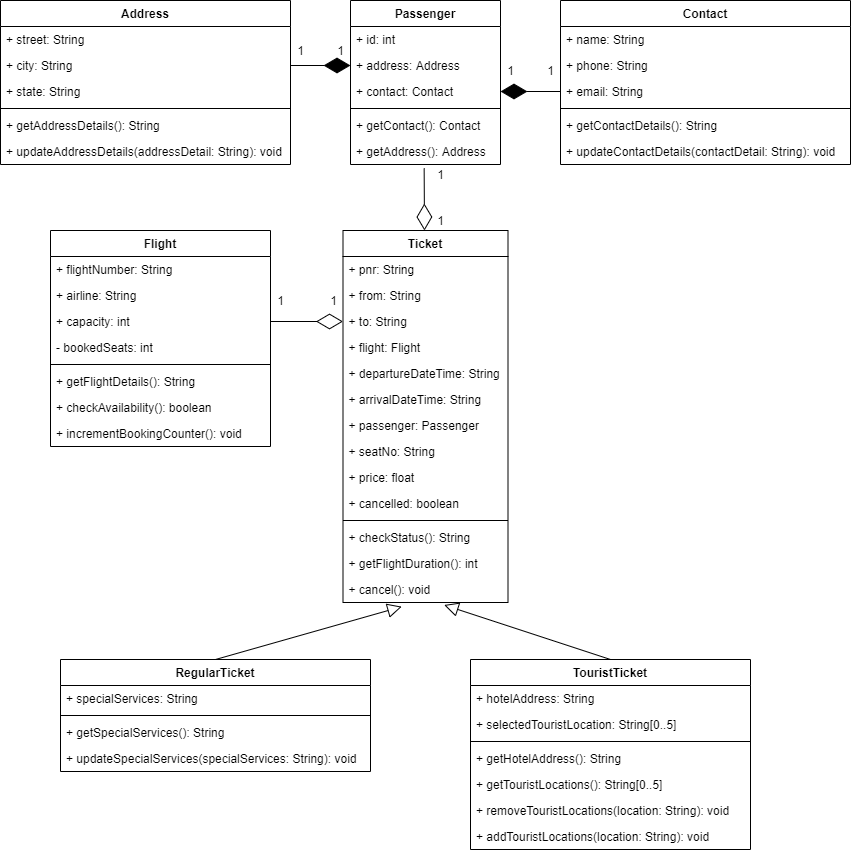
sharmakapil458/Frs keeps this draw.io diagram as kapilsharma.png. Above is the earlier version. Source tidied: cells renumbered, new cells last; positions are measured from the earlier drawing's top-left corner, leaving out a move shared by most shapes.
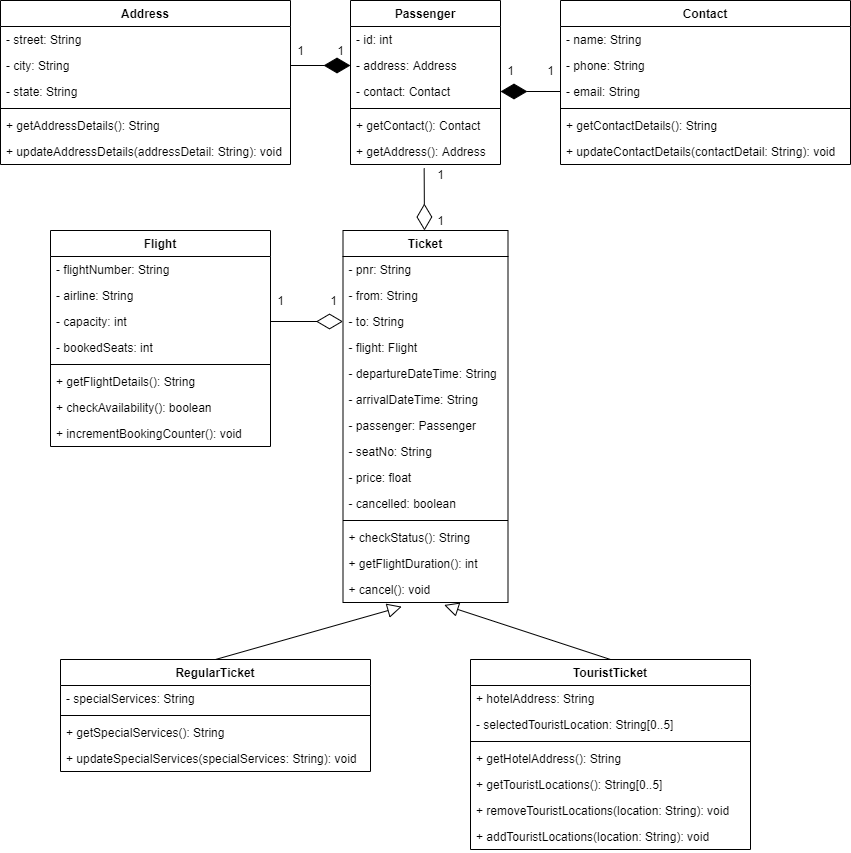
The same diagram one commit later.

Commit message:
checkpoint 1 completed

Change to the diagram source:
```diff
@@ -49,13 +49,13 @@
     <mxCell id="16" value="Passenger" style="swimlane;fontStyle=1;align=center;verticalAlign=top;horizontal=1;startSize=26;" parent="1" vertex="1">
       <mxGeometry x="350" width="150" height="164" as="geometry" />
     </mxCell>
-    <mxCell id="17" value="+ id: int" style="text;strokeColor=none;fillColor=none;align=left;verticalAlign=top;spacingLeft=4;spacingRight=4;overflow=hidden;" parent="16" vertex="1">
+    <mxCell id="17" value="- id: int" style="text;strokeColor=none;fillColor=none;align=left;verticalAlign=top;spacingLeft=4;spacingRight=4;overflow=hidden;" parent="16" vertex="1">
       <mxGeometry y="26" width="150" height="26" as="geometry" />
     </mxCell>
-    <mxCell id="18" value="+ address: Address" style="text;strokeColor=none;fillColor=none;align=left;verticalAlign=top;spacingLeft=4;spacingRight=4;overflow=hidden;points=[[0,0.5],[1,0.5]];portConstraint=eastwest;" parent="16" vertex="1">
+    <mxCell id="18" value="- address: Address" style="text;strokeColor=none;fillColor=none;align=left;verticalAlign=top;spacingLeft=4;spacingRight=4;overflow=hidden;points=[[0,0.5],[1,0.5]];portConstraint=eastwest;" parent="16" vertex="1">
       <mxGeometry y="52" width="150" height="26" as="geometry" />
     </mxCell>
-    <mxCell id="19" value="+ contact: Contact" style="text;strokeColor=none;fillColor=none;align=left;verticalAlign=top;spacingLeft=4;spacingRight=4;overflow=hidden;points=[[0,0.5],[1,0.5]];portConstraint=eastwest;" parent="16" vertex="1">
+    <mxCell id="19" value="- contact: Contact" style="text;strokeColor=none;fillColor=none;align=left;verticalAlign=top;spacingLeft=4;spacingRight=4;overflow=hidden;points=[[0,0.5],[1,0.5]];portConstraint=eastwest;" parent="16" vertex="1">
       <mxGeometry y="78" width="150" height="26" as="geometry" />
     </mxCell>
     <mxCell id="20" style="line;strokeWidth=1;fillColor=none;align=left;verticalAlign=middle;spacingTop=-1;spacingLeft=3;spacingRight=3;labelPosition=right;" parent="16" vertex="1">
@@ -70,13 +70,13 @@
     <mxCell id="23" value="Contact" style="swimlane;fontStyle=1;align=center;verticalAlign=top;horizontal=1;startSize=26;" parent="1" vertex="1">
       <mxGeometry x="560" width="290" height="164" as="geometry" />
     </mxCell>
-    <mxCell id="24" value="+ name: String" style="text;strokeColor=none;fillColor=none;align=left;verticalAlign=top;spacingLeft=4;spacingRight=4;overflow=hidden;" parent="23" vertex="1">
+    <mxCell id="24" value="- name: String" style="text;strokeColor=none;fillColor=none;align=left;verticalAlign=top;spacingLeft=4;spacingRight=4;overflow=hidden;" parent="23" vertex="1">
       <mxGeometry y="26" width="290" height="26" as="geometry" />
     </mxCell>
-    <mxCell id="25" value="+ phone: String" style="text;strokeColor=none;fillColor=none;align=left;verticalAlign=top;spacingLeft=4;spacingRight=4;overflow=hidden;" parent="23" vertex="1">
+    <mxCell id="25" value="- phone: String" style="text;strokeColor=none;fillColor=none;align=left;verticalAlign=top;spacingLeft=4;spacingRight=4;overflow=hidden;" parent="23" vertex="1">
       <mxGeometry y="52" width="290" height="26" as="geometry" />
     </mxCell>
-    <mxCell id="26" value="+ email: String" style="text;strokeColor=none;fillColor=none;align=left;verticalAlign=top;spacingLeft=4;spacingRight=4;overflow=hidden;points=[[0,0.5],[1,0.5]];portConstraint=eastwest;" parent="23" vertex="1">
+    <mxCell id="26" value="- email: String" style="text;strokeColor=none;fillColor=none;align=left;verticalAlign=top;spacingLeft=4;spacingRight=4;overflow=hidden;points=[[0,0.5],[1,0.5]];portConstraint=eastwest;" parent="23" vertex="1">
       <mxGeometry y="78" width="290" height="26" as="geometry" />
     </mxCell>
     <mxCell id="27" style="line;strokeWidth=1;fillColor=none;align=left;verticalAlign=middle;spacingTop=-1;spacingLeft=3;spacingRight=3;labelPosition=right;" parent="23" vertex="1">
@@ -91,13 +91,13 @@
     <mxCell id="30" value="Address" style="swimlane;fontStyle=1;align=center;verticalAlign=top;horizontal=1;startSize=26;" parent="1" vertex="1">
       <mxGeometry width="290" height="164" as="geometry" />
     </mxCell>
-    <mxCell id="31" value="+ street: String" style="text;strokeColor=none;fillColor=none;align=left;verticalAlign=top;spacingLeft=4;spacingRight=4;overflow=hidden;" parent="30" vertex="1">
+    <mxCell id="31" value="- street: String" style="text;strokeColor=none;fillColor=none;align=left;verticalAlign=top;spacingLeft=4;spacingRight=4;overflow=hidden;" parent="30" vertex="1">
       <mxGeometry y="26" width="290" height="26" as="geometry" />
     </mxCell>
-    <mxCell id="32" value="+ city: String" style="text;strokeColor=none;fillColor=none;align=left;verticalAlign=top;spacingLeft=4;spacingRight=4;overflow=hidden;points=[[0,0.5],[1,0.5]];portConstraint=eastwest;" parent="30" vertex="1">
+    <mxCell id="32" value="- city: String" style="text;strokeColor=none;fillColor=none;align=left;verticalAlign=top;spacingLeft=4;spacingRight=4;overflow=hidden;points=[[0,0.5],[1,0.5]];portConstraint=eastwest;" parent="30" vertex="1">
       <mxGeometry y="52" width="290" height="26" as="geometry" />
     </mxCell>
-    <mxCell id="33" value="+ state: String" style="text;strokeColor=none;fillColor=none;align=left;verticalAlign=top;spacingLeft=4;spacingRight=4;overflow=hidden;" parent="30" vertex="1">
+    <mxCell id="33" value="- state: String" style="text;strokeColor=none;fillColor=none;align=left;verticalAlign=top;spacingLeft=4;spacingRight=4;overflow=hidden;" parent="30" vertex="1">
       <mxGeometry y="78" width="290" height="26" as="geometry" />
     </mxCell>
     <mxCell id="34" style="line;strokeWidth=1;fillColor=none;align=left;verticalAlign=middle;spacingTop=-1;spacingLeft=3;spacingRight=3;labelPosition=right;" parent="30" vertex="1">
@@ -112,13 +112,13 @@
     <mxCell id="37" value="Flight" style="swimlane;fontStyle=1;align=center;verticalAlign=top;horizontal=1;startSize=26;" parent="1" vertex="1">
       <mxGeometry x="50" y="230" width="220" height="216" as="geometry" />
     </mxCell>
-    <mxCell id="38" value="+ flightNumber: String" style="text;strokeColor=none;fillColor=none;align=left;verticalAlign=top;spacingLeft=4;spacingRight=4;overflow=hidden;" parent="37" vertex="1">
+    <mxCell id="38" value="- flightNumber: String" style="text;strokeColor=none;fillColor=none;align=left;verticalAlign=top;spacingLeft=4;spacingRight=4;overflow=hidden;" parent="37" vertex="1">
       <mxGeometry y="26" width="220" height="26" as="geometry" />
     </mxCell>
-    <mxCell id="39" value="+ airline: String" style="text;strokeColor=none;fillColor=none;align=left;verticalAlign=top;spacingLeft=4;spacingRight=4;overflow=hidden;" parent="37" vertex="1">
+    <mxCell id="39" value="- airline: String" style="text;strokeColor=none;fillColor=none;align=left;verticalAlign=top;spacingLeft=4;spacingRight=4;overflow=hidden;" parent="37" vertex="1">
       <mxGeometry y="52" width="220" height="26" as="geometry" />
     </mxCell>
-    <mxCell id="40" value="+ capacity: int" style="text;strokeColor=none;fillColor=none;align=left;verticalAlign=top;spacingLeft=4;spacingRight=4;overflow=hidden;" parent="37" vertex="1">
+    <mxCell id="40" value="- capacity: int" style="text;strokeColor=none;fillColor=none;align=left;verticalAlign=top;spacingLeft=4;spacingRight=4;overflow=hidden;" parent="37" vertex="1">
       <mxGeometry y="78" width="220" height="26" as="geometry" />
     </mxCell>
     <mxCell id="41" value="- bookedSeats: int" style="text;strokeColor=none;fillColor=none;align=left;verticalAlign=top;spacingLeft=4;spacingRight=4;overflow=hidden;" parent="37" vertex="1">
@@ -139,34 +139,34 @@
     <mxCell id="46" value="Ticket" style="swimlane;fontStyle=1;align=center;verticalAlign=top;horizontal=1;startSize=26;" parent="1" vertex="1">
       <mxGeometry x="342.5" y="230" width="165" height="372" as="geometry" />
     </mxCell>
-    <mxCell id="47" value="+ pnr: String" style="text;strokeColor=none;fillColor=none;align=left;verticalAlign=top;spacingLeft=4;spacingRight=4;overflow=hidden;" parent="46" vertex="1">
+    <mxCell id="47" value="- pnr: String" style="text;strokeColor=none;fillColor=none;align=left;verticalAlign=top;spacingLeft=4;spacingRight=4;overflow=hidden;" parent="46" vertex="1">
       <mxGeometry y="26" width="165" height="26" as="geometry" />
     </mxCell>
-    <mxCell id="48" value="+ from: String" style="text;strokeColor=none;fillColor=none;align=left;verticalAlign=top;spacingLeft=4;spacingRight=4;overflow=hidden;" parent="46" vertex="1">
+    <mxCell id="48" value="- from: String" style="text;strokeColor=none;fillColor=none;align=left;verticalAlign=top;spacingLeft=4;spacingRight=4;overflow=hidden;" parent="46" vertex="1">
       <mxGeometry y="52" width="165" height="26" as="geometry" />
     </mxCell>
-    <mxCell id="49" value="+ to: String" style="text;strokeColor=none;fillColor=none;align=left;verticalAlign=top;spacingLeft=4;spacingRight=4;overflow=hidden;points=[[0,0.5],[1,0.5]];portConstraint=eastwest;" parent="46" vertex="1">
+    <mxCell id="49" value="- to: String" style="text;strokeColor=none;fillColor=none;align=left;verticalAlign=top;spacingLeft=4;spacingRight=4;overflow=hidden;points=[[0,0.5],[1,0.5]];portConstraint=eastwest;" parent="46" vertex="1">
       <mxGeometry y="78" width="165" height="26" as="geometry" />
     </mxCell>
-    <mxCell id="50" value="+ flight: Flight" style="text;strokeColor=none;fillColor=none;align=left;verticalAlign=top;spacingLeft=4;spacingRight=4;overflow=hidden;" parent="46" vertex="1">
+    <mxCell id="50" value="- flight: Flight" style="text;strokeColor=none;fillColor=none;align=left;verticalAlign=top;spacingLeft=4;spacingRight=4;overflow=hidden;" parent="46" vertex="1">
       <mxGeometry y="104" width="165" height="26" as="geometry" />
     </mxCell>
-    <mxCell id="51" value="+ departureDateTime: String" style="text;strokeColor=none;fillColor=none;align=left;verticalAlign=top;spacingLeft=4;spacingRight=4;overflow=hidden;" parent="46" vertex="1">
+    <mxCell id="51" value="- departureDateTime: String" style="text;strokeColor=none;fillColor=none;align=left;verticalAlign=top;spacingLeft=4;spacingRight=4;overflow=hidden;" parent="46" vertex="1">
       <mxGeometry y="130" width="165" height="26" as="geometry" />
     </mxCell>
-    <mxCell id="52" value="+ arrivalDateTime: String" style="text;strokeColor=none;fillColor=none;align=left;verticalAlign=top;spacingLeft=4;spacingRight=4;overflow=hidden;" parent="46" vertex="1">
+    <mxCell id="52" value="- arrivalDateTime: String" style="text;strokeColor=none;fillColor=none;align=left;verticalAlign=top;spacingLeft=4;spacingRight=4;overflow=hidden;" parent="46" vertex="1">
       <mxGeometry y="156" width="165" height="26" as="geometry" />
     </mxCell>
-    <mxCell id="53" value="+ passenger: Passenger" style="text;strokeColor=none;fillColor=none;align=left;verticalAlign=top;spacingLeft=4;spacingRight=4;overflow=hidden;" parent="46" vertex="1">
+    <mxCell id="53" value="- passenger: Passenger" style="text;strokeColor=none;fillColor=none;align=left;verticalAlign=top;spacingLeft=4;spacingRight=4;overflow=hidden;" parent="46" vertex="1">
       <mxGeometry y="182" width="165" height="26" as="geometry" />
     </mxCell>
-    <mxCell id="54" value="+ seatNo: String" style="text;strokeColor=none;fillColor=none;align=left;verticalAlign=top;spacingLeft=4;spacingRight=4;overflow=hidden;" parent="46" vertex="1">
+    <mxCell id="54" value="- seatNo: String" style="text;strokeColor=none;fillColor=none;align=left;verticalAlign=top;spacingLeft=4;spacingRight=4;overflow=hidden;" parent="46" vertex="1">
       <mxGeometry y="208" width="165" height="26" as="geometry" />
     </mxCell>
-    <mxCell id="55" value="+ price: float" style="text;strokeColor=none;fillColor=none;align=left;verticalAlign=top;spacingLeft=4;spacingRight=4;overflow=hidden;" parent="46" vertex="1">
+    <mxCell id="55" value="- price: float" style="text;strokeColor=none;fillColor=none;align=left;verticalAlign=top;spacingLeft=4;spacingRight=4;overflow=hidden;" parent="46" vertex="1">
       <mxGeometry y="234" width="165" height="26" as="geometry" />
     </mxCell>
-    <mxCell id="56" value="+ cancelled: boolean" style="text;strokeColor=none;fillColor=none;align=left;verticalAlign=top;spacingLeft=4;spacingRight=4;overflow=hidden;" parent="46" vertex="1">
+    <mxCell id="56" value="- cancelled: boolean" style="text;strokeColor=none;fillColor=none;align=left;verticalAlign=top;spacingLeft=4;spacingRight=4;overflow=hidden;" parent="46" vertex="1">
       <mxGeometry y="260" width="165" height="26" as="geometry" />
     </mxCell>
     <mxCell id="57" style="line;strokeWidth=1;fillColor=none;align=left;verticalAlign=middle;spacingTop=-1;spacingLeft=3;spacingRight=3;labelPosition=right;" parent="46" vertex="1">
@@ -184,7 +184,7 @@
     <mxCell id="61" value="RegularTicket" style="swimlane;fontStyle=1;align=center;verticalAlign=top;horizontal=1;startSize=26;" parent="1" vertex="1">
       <mxGeometry x="60" y="659" width="310" height="112" as="geometry" />
     </mxCell>
-    <mxCell id="62" value="+ specialServices: String" style="text;strokeColor=none;fillColor=none;align=left;verticalAlign=top;spacingLeft=4;spacingRight=4;overflow=hidden;" parent="61" vertex="1">
+    <mxCell id="62" value="- specialServices: String" style="text;strokeColor=none;fillColor=none;align=left;verticalAlign=top;spacingLeft=4;spacingRight=4;overflow=hidden;" parent="61" vertex="1">
       <mxGeometry y="26" width="310" height="26" as="geometry" />
     </mxCell>
     <mxCell id="63" style="line;strokeWidth=1;fillColor=none;align=left;verticalAlign=middle;spacingTop=-1;spacingLeft=3;spacingRight=3;labelPosition=right;" parent="61" vertex="1">
@@ -202,7 +202,7 @@
     <mxCell id="67" value="+ hotelAddress: String" style="text;strokeColor=none;fillColor=none;align=left;verticalAlign=top;spacingLeft=4;spacingRight=4;overflow=hidden;" parent="66" vertex="1">
       <mxGeometry y="26" width="280" height="26" as="geometry" />
     </mxCell>
-    <mxCell id="68" value="+ selectedTouristLocation: String[0..5]" style="text;strokeColor=none;fillColor=none;align=left;verticalAlign=top;spacingLeft=4;spacingRight=4;overflow=hidden;" parent="66" vertex="1">
+    <mxCell id="68" value="- selectedTouristLocation: String[0..5]" style="text;strokeColor=none;fillColor=none;align=left;verticalAlign=top;spacingLeft=4;spacingRight=4;overflow=hidden;" parent="66" vertex="1">
       <mxGeometry y="52" width="280" height="26" as="geometry" />
     </mxCell>
     <mxCell id="69" style="line;strokeWidth=1;fillColor=none;align=left;verticalAlign=middle;spacingTop=-1;spacingLeft=3;spacingRight=3;labelPosition=right;" parent="66" vertex="1">
```
